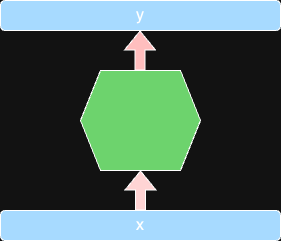
Above: public/blog/moes/ffnn.png in srishti-git1110/srishti-git1110.github.io (draw.io), before the change. Source tidied: cells renumbered, new cells last; positions are measured from the earlier drawing's top-left corner, leaving out a move shared by most shapes. The source it was exported from:
```xml
<mxGraphModel>
  <root>
    <mxCell id="0" />
    <mxCell id="1" parent="0" />
    <mxCell id="2" style="edgeStyle=orthogonalEdgeStyle;rounded=0;jettySize=auto;html=1;" parent="1" edge="1" source="3" target="4">
      <mxGeometry relative="1" as="geometry" />
    </mxCell>
    <mxCell id="3" value="&lt;font size=&quot;3&quot;&gt;x&lt;/font&gt;" style="rounded=1;whiteSpace=wrap;html=1;fillColor=#003366;" parent="1" vertex="1">
      <mxGeometry y="210" width="280" height="30" as="geometry" />
    </mxCell>
    <mxCell id="4" style="shape=hexagon;perimeter=hexagonPerimeter2;whiteSpace=wrap;html=1;fixedSize=1;fillColor=#006600;" parent="1" vertex="1">
      <mxGeometry x="80" y="70" width="120" height="100" as="geometry" />
    </mxCell>
    <mxCell id="5" value="&lt;font size=&quot;3&quot;&gt;y&lt;/font&gt;" style="rounded=1;whiteSpace=wrap;html=1;fillColor=#003366;" parent="1" vertex="1">
      <mxGeometry width="280" height="30" as="geometry" />
    </mxCell>
    <mxCell id="6" style="shape=flexArrow;endArrow=classic;html=1;rounded=0;entryX=0.5;entryY=1;entryDx=0;entryDy=0;fillColor=#660000;" parent="1" edge="1" target="4">
      <mxGeometry relative="1" as="geometry">
        <mxPoint x="140" y="210" as="sourcePoint" />
      </mxGeometry>
    </mxCell>
    <mxCell id="7" style="shape=flexArrow;endArrow=classic;html=1;rounded=0;entryX=0.5;entryY=1;entryDx=0;entryDy=0;fillColor=#990000;" parent="1" edge="1">
      <mxGeometry relative="1" as="geometry">
        <mxPoint x="139.5" y="70" as="sourcePoint" />
        <mxPoint x="139.5" y="30" as="targetPoint" />
      </mxGeometry>
    </mxCell>
  </root>
</mxGraphModel>
```
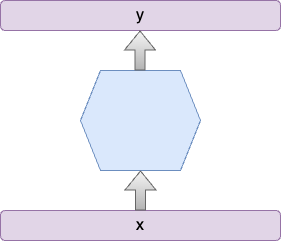
After the commit.

Diff of the diagram source:
```diff
@@ -5,21 +5,21 @@
     <mxCell id="2" style="edgeStyle=orthogonalEdgeStyle;rounded=0;jettySize=auto;html=1;" parent="1" edge="1" source="3" target="4">
       <mxGeometry relative="1" as="geometry" />
     </mxCell>
-    <mxCell id="3" value="&lt;font size=&quot;3&quot;&gt;x&lt;/font&gt;" style="rounded=1;whiteSpace=wrap;html=1;fillColor=#003366;" parent="1" vertex="1">
+    <mxCell id="3" value="&lt;font size=&quot;3&quot;&gt;x&lt;/font&gt;" style="rounded=1;whiteSpace=wrap;html=1;fillColor=#e1d5e7;strokeColor=#9673a6;" parent="1" vertex="1">
       <mxGeometry y="210" width="280" height="30" as="geometry" />
     </mxCell>
-    <mxCell id="4" style="shape=hexagon;perimeter=hexagonPerimeter2;whiteSpace=wrap;html=1;fixedSize=1;fillColor=#006600;" parent="1" vertex="1">
+    <mxCell id="4" style="shape=hexagon;perimeter=hexagonPerimeter2;whiteSpace=wrap;html=1;fixedSize=1;fillColor=#dae8fc;strokeColor=#6c8ebf;" parent="1" vertex="1">
       <mxGeometry x="80" y="70" width="120" height="100" as="geometry" />
     </mxCell>
-    <mxCell id="5" value="&lt;font size=&quot;3&quot;&gt;y&lt;/font&gt;" style="rounded=1;whiteSpace=wrap;html=1;fillColor=#003366;" parent="1" vertex="1">
+    <mxCell id="5" value="&lt;font size=&quot;3&quot;&gt;y&lt;/font&gt;" style="rounded=1;whiteSpace=wrap;html=1;fillColor=#e1d5e7;strokeColor=#9673a6;" parent="1" vertex="1">
       <mxGeometry width="280" height="30" as="geometry" />
     </mxCell>
-    <mxCell id="6" style="shape=flexArrow;endArrow=classic;html=1;rounded=0;entryX=0.5;entryY=1;entryDx=0;entryDy=0;fillColor=#660000;" parent="1" edge="1" target="4">
+    <mxCell id="6" style="shape=flexArrow;endArrow=classic;html=1;rounded=0;entryX=0.5;entryY=1;entryDx=0;entryDy=0;fillColor=#f5f5f5;gradientColor=#b3b3b3;strokeColor=#666666;" parent="1" edge="1" target="4">
       <mxGeometry relative="1" as="geometry">
         <mxPoint x="140" y="210" as="sourcePoint" />
       </mxGeometry>
     </mxCell>
-    <mxCell id="7" style="shape=flexArrow;endArrow=classic;html=1;rounded=0;entryX=0.5;entryY=1;entryDx=0;entryDy=0;fillColor=#990000;" parent="1" edge="1">
+    <mxCell id="7" style="shape=flexArrow;endArrow=classic;html=1;rounded=0;entryX=0.5;entryY=1;entryDx=0;entryDy=0;fillColor=#f5f5f5;gradientColor=#b3b3b3;strokeColor=#666666;" parent="1" edge="1">
       <mxGeometry relative="1" as="geometry">
         <mxPoint x="139.5" y="70" as="sourcePoint" />
         <mxPoint x="139.5" y="30" as="targetPoint" />
```
